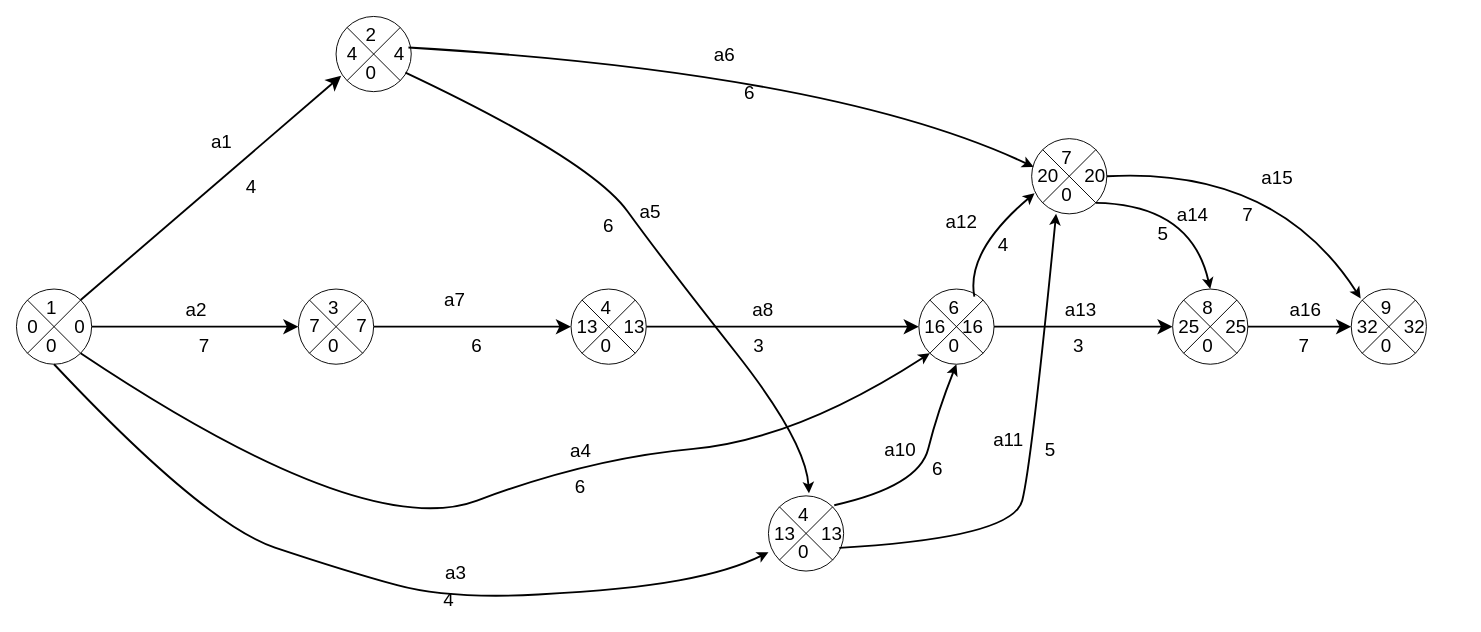
This is Диаграмма без названия.drawio from Timzmei/Timzmei, a draw.io file, before an edit. Source tidied: cells renumbered, new cells numbered last; positions are measured from the earlier drawing's top-left corner, leaving out a move shared by most shapes. Both pictures are drawn from the tidied source at 94%, with x=0, y=0 at pixel (16, 16).
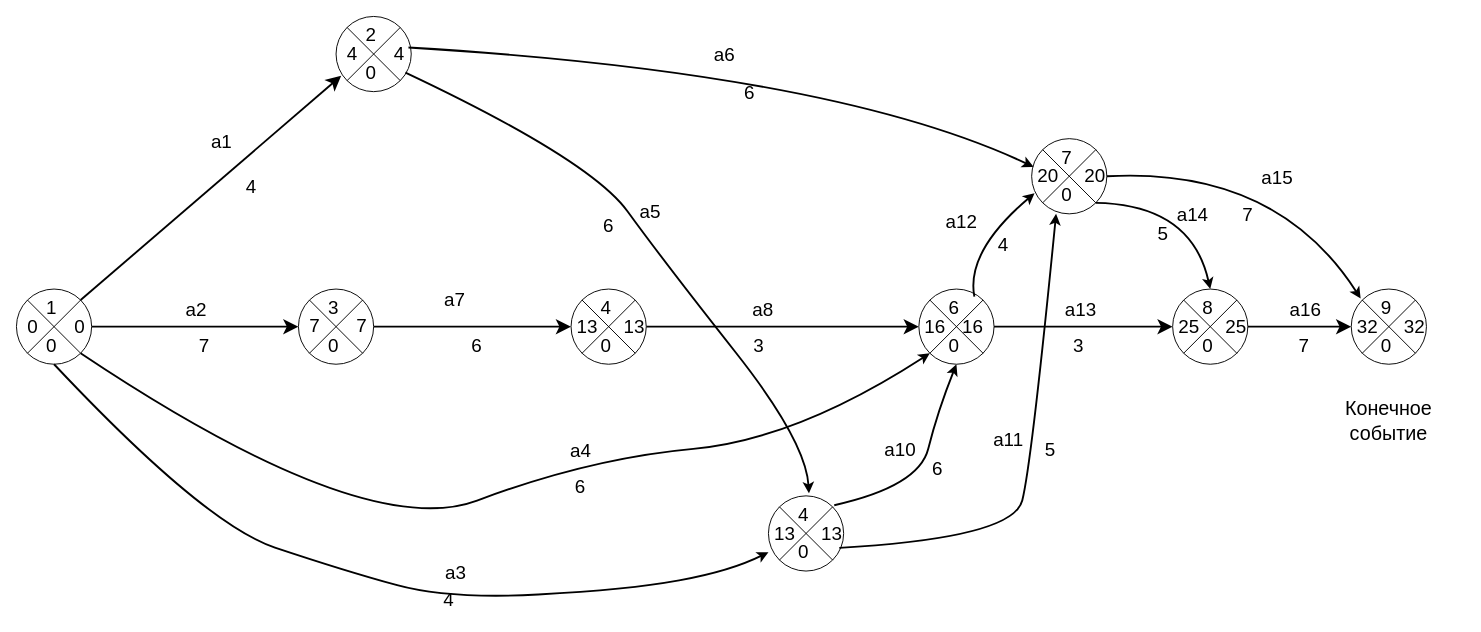
The same diagram, later.

What changed in the source:
```diff
@@
+    <mxCell id="100" value="Конечное событие" style="text;html=1;strokeColor=none;fillColor=none;align=center;verticalAlign=middle;whiteSpace=wrap;overflow=hidden;fontSize=21;" parent="1" vertex="1">
+      <mxGeometry x="1380" y="390" width="160" height="80" as="geometry" />
+    </mxCell>
```
